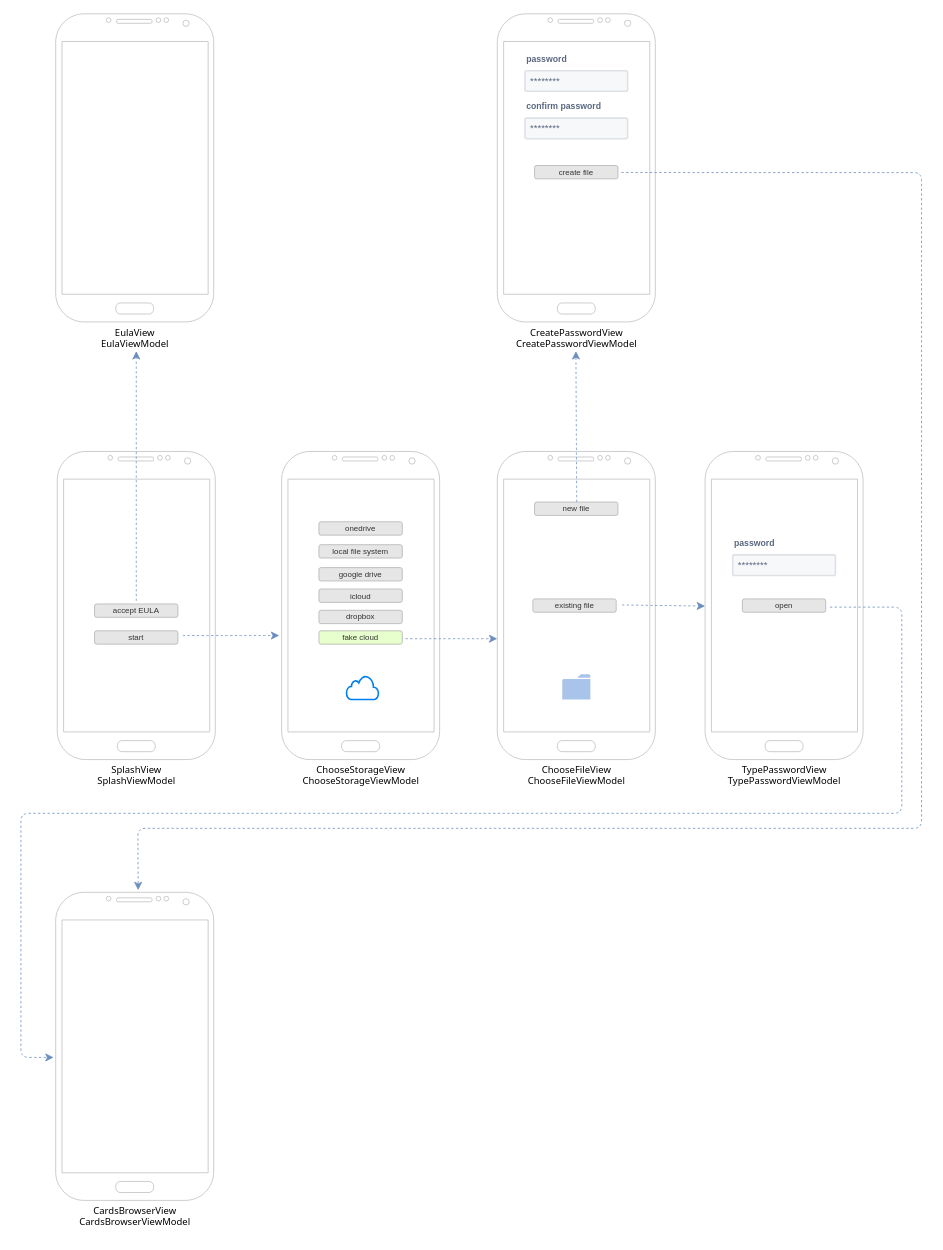
nicolgit/blast keeps this draw.io diagram as docs/navigation.drawio. Above is the earlier version. Source tidied: cells renumbered, new cells numbered last; positions are measured from the earlier drawing's top-left corner, leaving out a move shared by most shapes. Both pictures are drawn from the tidied source at 79%, with x=0, y=0 at pixel (21, 13).
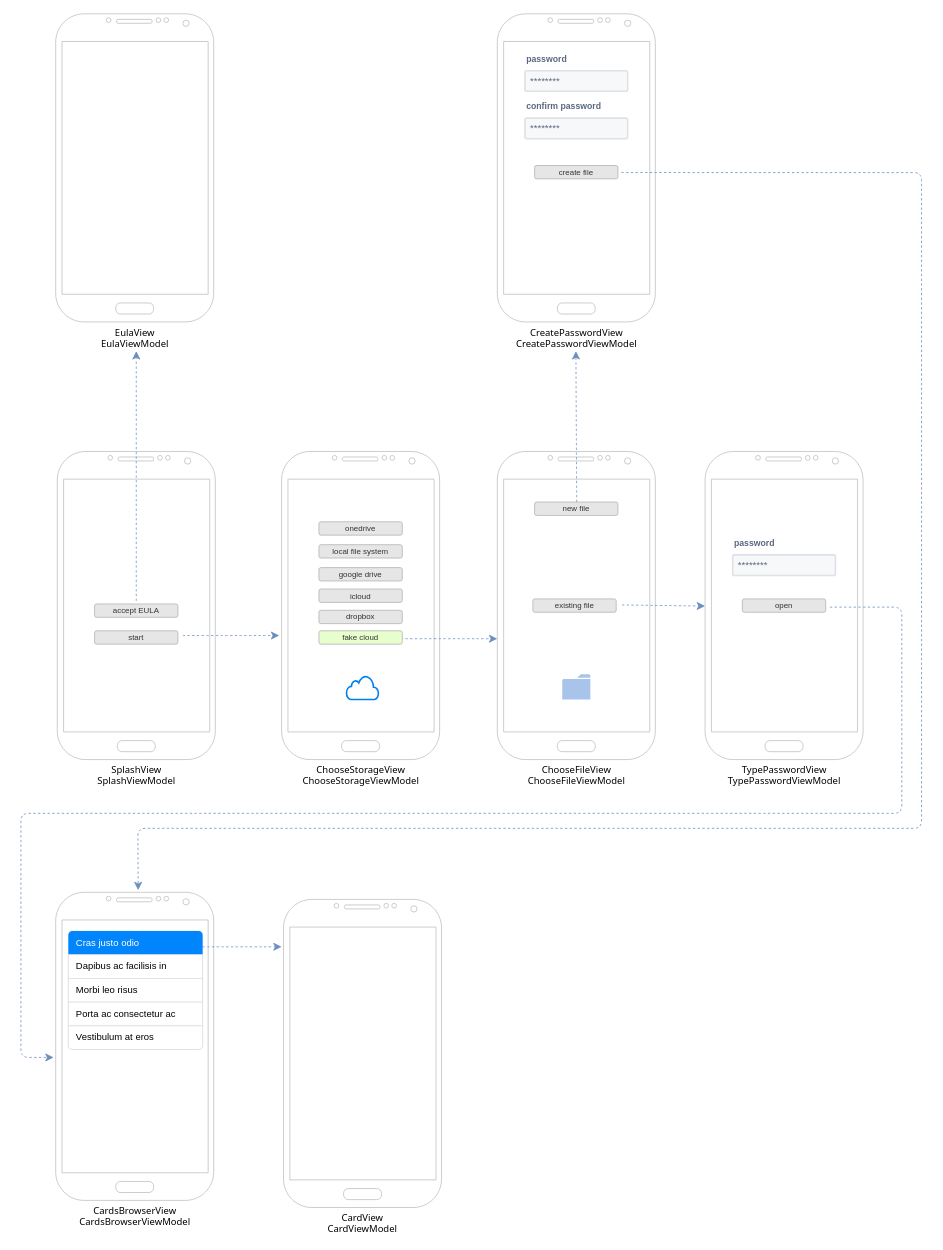
The same diagram, later.

Commit message:
cardView Schema

The edit, as a diff of the source:
```diff
@@
+    <mxCell id="36" value="CardView&lt;br&gt;CardViewModel" style="verticalLabelPosition=bottom;verticalAlign=top;html=1;shadow=0;dashed=0;strokeWidth=1;shape=mxgraph.android.phone2;strokeColor=#c0c0c0;fontSize=12;fontFamily=Tahoma;" parent="1" vertex="1">
+      <mxGeometry x="332.4" y="1121" width="200" height="390" as="geometry" />
+    </mxCell>
+    <mxCell id="37" style="html=1;shadow=0;dashed=0;shape=mxgraph.bootstrap.rrect;rSize=5;strokeColor=#DFDFDF;html=1;whiteSpace=wrap;fillColor=#FFFFFF;fontColor=#000000;" parent="1" vertex="1">
+      <mxGeometry x="60" y="1161" width="170" height="150" as="geometry" />
+    </mxCell>
+    <mxCell id="38" value="Cras justo odio" style="html=1;shadow=0;dashed=0;shape=mxgraph.bootstrap.topButton;rSize=5;strokeColor=none;fillColor=#0085FC;fontColor=#ffffff;perimeter=none;whiteSpace=wrap;align=left;spacing=10;" parent="37" vertex="1">
+      <mxGeometry width="170" height="30" relative="1" as="geometry" />
+    </mxCell>
+    <mxCell id="39" value="Dapibus ac facilisis in" style="strokeColor=inherit;fillColor=inherit;gradientColor=inherit;fontColor=inherit;html=1;shadow=0;dashed=0;perimeter=none;whiteSpace=wrap;align=left;spacing=10;" parent="37" vertex="1">
+      <mxGeometry width="170" height="30" relative="1" as="geometry">
+        <mxPoint y="30" as="offset" />
+      </mxGeometry>
+    </mxCell>
+    <mxCell id="40" value="Morbi leo risus" style="strokeColor=inherit;fillColor=inherit;gradientColor=inherit;fontColor=inherit;html=1;shadow=0;dashed=0;perimeter=none;whiteSpace=wrap;align=left;spacing=10;" parent="37" vertex="1">
+      <mxGeometry width="170" height="30" relative="1" as="geometry">
+        <mxPoint y="60" as="offset" />
+      </mxGeometry>
+    </mxCell>
+    <mxCell id="41" value="Porta ac consectetur ac" style="strokeColor=inherit;fillColor=inherit;gradientColor=inherit;fontColor=inherit;html=1;shadow=0;dashed=0;perimeter=none;whiteSpace=wrap;align=left;spacing=10;" parent="37" vertex="1">
+      <mxGeometry width="170" height="30" relative="1" as="geometry">
+        <mxPoint y="90" as="offset" />
+      </mxGeometry>
+    </mxCell>
+    <mxCell id="42" value="Vestibulum at eros" style="strokeColor=inherit;fillColor=inherit;gradientColor=inherit;fontColor=inherit;html=1;shadow=0;dashed=0;shape=mxgraph.bootstrap.bottomButton;rSize=5;perimeter=none;whiteSpace=wrap;align=left;spacing=10;" parent="37" vertex="1">
+      <mxGeometry y="1" width="170" height="30" relative="1" as="geometry">
+        <mxPoint y="-30" as="offset" />
+      </mxGeometry>
+    </mxCell>
+    <mxCell id="43" style="endArrow=classic;html=1;rounded=0;fontSize=12;startSize=8;endSize=8;curved=1;fillColor=#dae8fc;strokeColor=#6c8ebf;dashed=1;" parent="1" edge="1">
+      <mxGeometry relative="1" as="geometry">
+        <mxPoint x="230" y="1181" as="sourcePoint" />
+        <mxPoint x="330" y="1181" as="targetPoint" />
+      </mxGeometry>
+    </mxCell>
```
